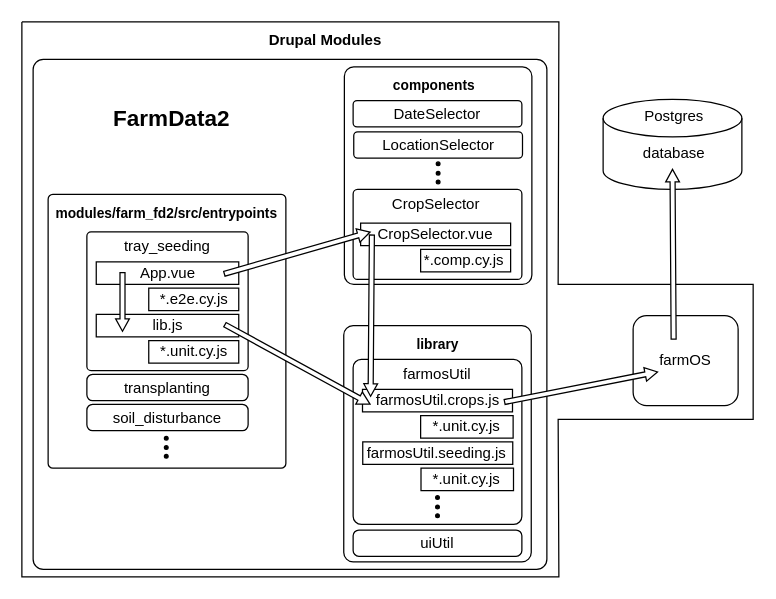
The draw.io diagram FD2-Architecture.drawio in FarmData2/FD2-Diagrams, before the edit. Source tidied: cells renumbered, new cells numbered last; positions are measured from the earlier drawing's top-left corner, leaving out a move shared by most shapes. Both pictures are drawn from the tidied source at 125%, with x=0, y=0 at pixel (21, 21).
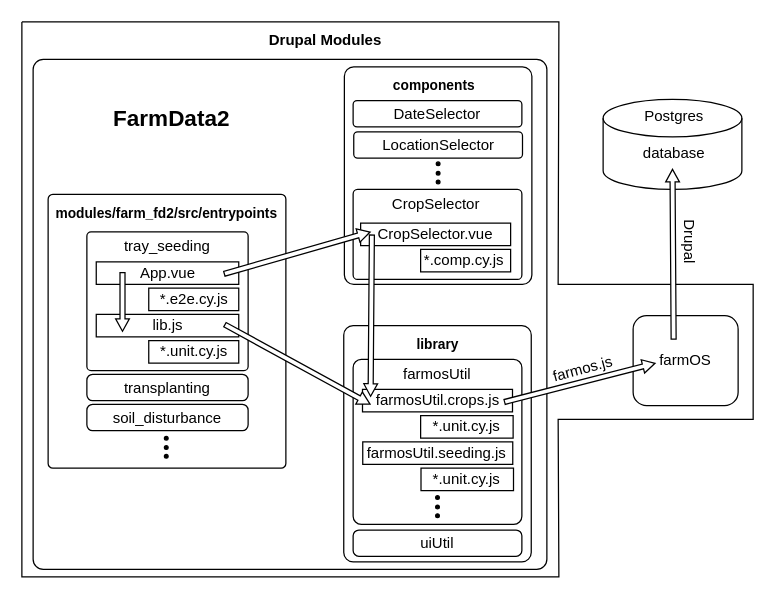
After the change.

Commit message:
Added farmos.js and drupal labels

The change refers to these unchanged cells:
```xml
<mxCell id="7" value="farmOS" style="text;html=1;whiteSpace=wrap;strokeColor=none;fillColor=none;align=center;verticalAlign=middle;rounded=0;" parent="1" vertex="1">
  <mxGeometry x="501" y="256" width="60" height="30" as="geometry" />
</mxCell>
```

The edit, as a diff of the source:
```diff
@@
-    <mxCell id="69" style="shape=flexArrow;endArrow=classic;html=1;rounded=0;defaultLabelBackgroundColor=page;width=4;endSize=3;endWidth=6;entryX=0.1;entryY=0.867;entryDx=0;entryDy=0;exitX=0.885;exitY=-0.094;exitDx=0;exitDy=0;fillColor=#FFFFFF;exitPerimeter=0;entryPerimeter=0;" parent="1" edge="1">
+    <mxCell id="69" style="shape=flexArrow;endArrow=classic;html=1;rounded=0;defaultLabelBackgroundColor=page;width=4;endSize=3;endWidth=6;entryX=0.1;entryY=0.567;entryDx=0;entryDy=0;exitX=0.885;exitY=-0.094;exitDx=0;exitDy=0;fillColor=#FFFFFF;exitPerimeter=0;entryPerimeter=0;" parent="1" edge="1" target="7">
       <mxGeometry relative="1" as="geometry">
         <mxPoint x="385.7" y="304.2" as="sourcePoint" />
-        <mxPoint x="509" y="280" as="targetPoint" />
       </mxGeometry>
     </mxCell>
@@
+    <mxCell id="74" value="farmos.js" style="text;html=1;whiteSpace=wrap;strokeColor=none;fillColor=none;align=center;verticalAlign=middle;rounded=0;rotation=-15;" parent="1" vertex="1">
+      <mxGeometry x="419" y="263" width="60" height="30" as="geometry" />
+    </mxCell>
+    <mxCell id="75" value="Drupal" style="text;html=1;whiteSpace=wrap;strokeColor=none;fillColor=none;align=center;verticalAlign=middle;rounded=0;rotation=90;" parent="1" vertex="1">
+      <mxGeometry x="504" y="161" width="60" height="30" as="geometry" />
+    </mxCell>
```
